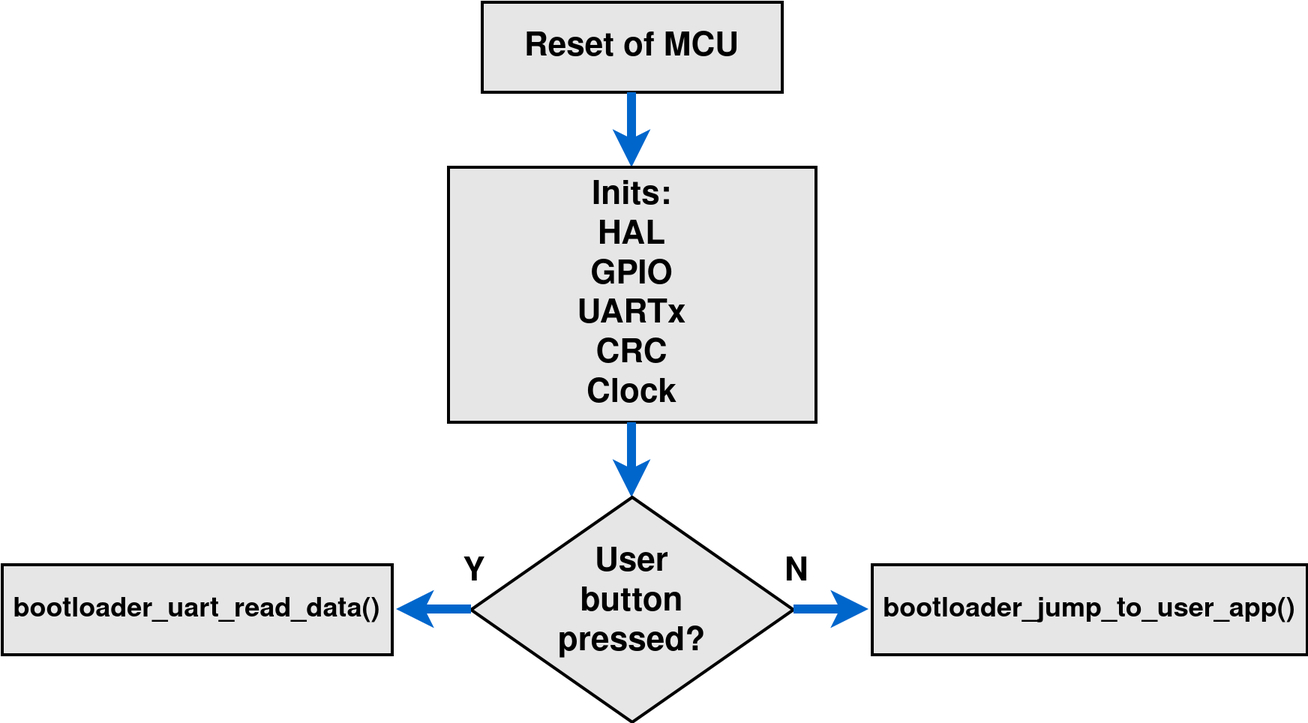
Above: 00_Documents/imagens/flowchart.png in mattsousaa/STM32F767ZI_Bootloader (draw.io), before the change. Source tidied: cells renumbered, new cells last; positions are measured from the earlier drawing's top-left corner, leaving out a move shared by most shapes.
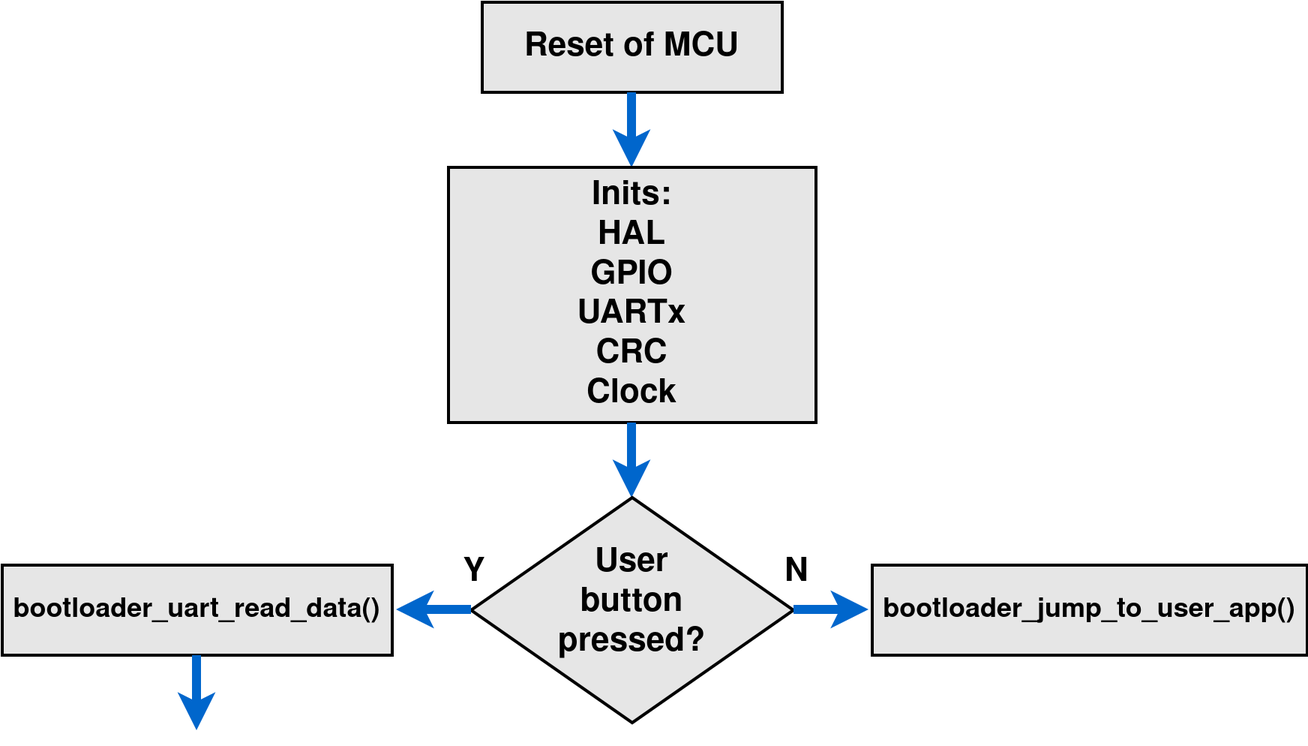
Above is the later version.

The edit, as a diff of the source:
```diff
@@ -62,5 +62,11 @@
     <mxCell id="17" value="N" style="text;html=1;strokeColor=none;fillColor=none;align=center;verticalAlign=middle;whiteSpace=wrap;rounded=0;fontColor=#000000;fontSize=22;fontStyle=1;" parent="1" vertex="1">
       <mxGeometry x="450" y="370" width="160" height="20" as="geometry" />
     </mxCell>
+    <mxCell id="18" style="endArrow=classic;html=1;fontSize=22;fontColor=#000000;strokeWidth=6;strokeColor=#0066CC;" parent="1" edge="1">
+      <mxGeometry relative="1" as="geometry">
+        <mxPoint x="129.5" y="435" as="sourcePoint" />
+        <mxPoint x="129.5" y="485" as="targetPoint" />
+      </mxGeometry>
+    </mxCell>
   </root>
 </mxGraphModel>
```
